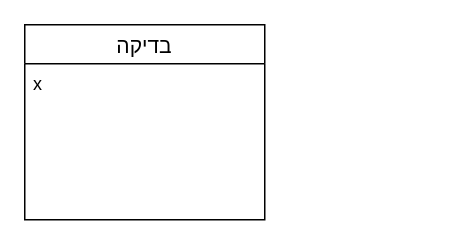
Kfir-G/DataBases-ERD_diagrams keeps this draw.io diagram as תרגיל בית 1 עד ה18.11/Solution_HW1.drawio. Above is the earlier version. Source tidied: cells renumbered, new cells numbered last; positions are measured from the earlier drawing's top-left corner, leaving out a move shared by most shapes. Both pictures are drawn from the tidied source at 150%, with x=0, y=0 at pixel (24, 24).
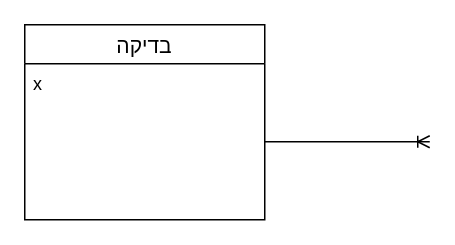
The same diagram, later.

Change to the diagram source:
```diff
@@
 <mxGraphModel>
   <root>
     <mxCell id="0" />
     <mxCell id="1" parent="0" />
     <mxCell id="2" value="בדיקה" style="swimlane;fontStyle=0;horizontal=1;startSize=26;align=center;fontSize=14;" parent="1" vertex="1">
       <mxGeometry width="160" height="130" as="geometry" />
     </mxCell>
     <mxCell id="3" value="x" style="text;strokeColor=none;fillColor=none;spacingLeft=4;spacingRight=4;overflow=hidden;points=[[0,0.5],[1,0.5]];portConstraint=eastwest;fontSize=12;" parent="2" vertex="1">
       <mxGeometry y="26" width="160" height="104" as="geometry" />
     </mxCell>
+    <mxCell id="4" style="edgeStyle=orthogonalEdgeStyle;rounded=0;jettySize=auto;html=1;endArrow=ERoneToMany;endFill=0;" parent="1" edge="1" source="3">
+      <mxGeometry relative="1" as="geometry">
+        <mxPoint x="270" y="78" as="targetPoint" />
+        <Array as="points">
+          <mxPoint x="230" y="78" />
+          <mxPoint x="230" y="78" />
+        </Array>
+      </mxGeometry>
+    </mxCell>
   </root>
 </mxGraphModel>
```
